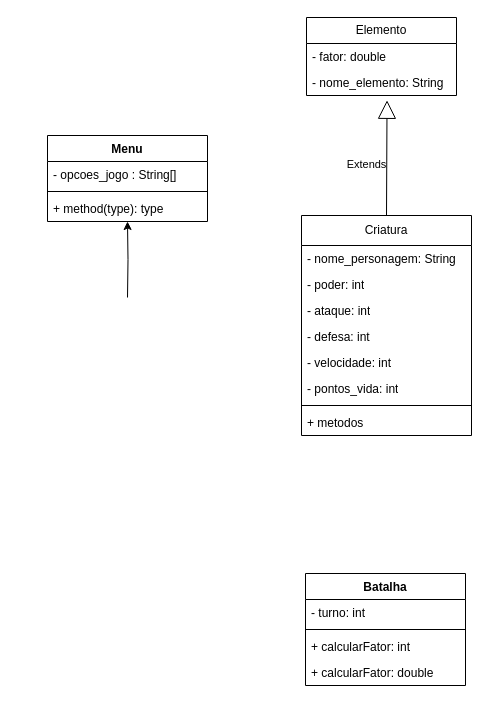
christianlsb/ElementOOPs keeps this draw.io diagram as page "Global" (1 of 7) of Diagramas/elementoops.drawio.xml. Above is the earlier version. Source tidied: cells renumbered, new cells numbered last; positions are measured from the earlier drawing's top-left corner, leaving out a move shared by most shapes. Both pictures are drawn from the tidied source at 100%, with x=0, y=0 at pixel (47, 17).
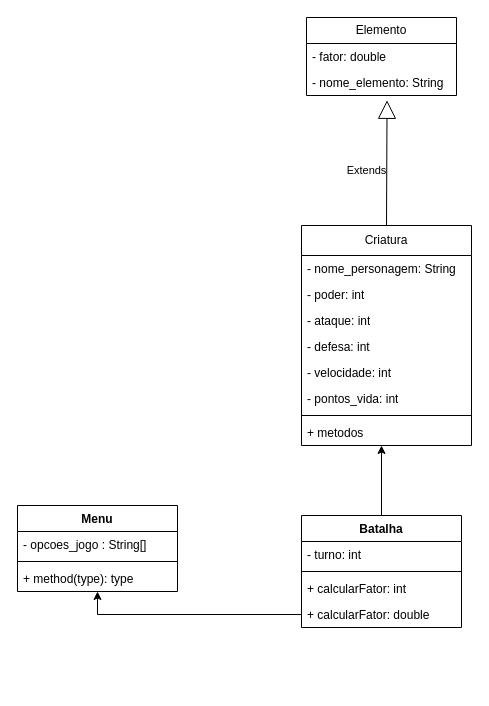
Above is the later version.

Commit message:
Alteracao no diagrama

The change refers to these unchanged cells:
```xml
<mxCell id="22" value="+ calcularFator: double" style="text;strokeColor=none;fillColor=none;align=left;verticalAlign=top;spacingLeft=4;spacingRight=4;overflow=hidden;points=[[0,0.5],[1,0.5]];portConstraint=eastwest;whiteSpace=wrap;html=1;" parent="18" vertex="1">
  <mxGeometry y="86" width="160" height="26" as="geometry" />
</mxCell>
```

What changed in the source:
```diff
@@
     <mxCell id="2" value="Menu" style="swimlane;fontStyle=1;align=center;verticalAlign=top;horizontal=1;startSize=26;whiteSpace=wrap;html=1;" parent="1" vertex="1">
-      <mxGeometry y="118" width="160" height="86" as="geometry" />
+      <mxGeometry x="-30" y="488" width="160" height="86" as="geometry" />
     </mxCell>
@@
     <mxCell id="6" value="Criatura" style="swimlane;fontStyle=0;horizontal=1;startSize=30;fillColor=none;whiteSpace=wrap;html=1;" parent="1" vertex="1">
-      <mxGeometry x="254" y="198" width="170" height="220" as="geometry" />
+      <mxGeometry x="254" y="208" width="170" height="220" as="geometry" />
     </mxCell>
@@
     <mxCell id="18" value="Batalha" style="swimlane;fontStyle=1;align=center;verticalAlign=top;horizontal=1;startSize=26;whiteSpace=wrap;html=1;" parent="1" vertex="1">
-      <mxGeometry x="258" y="556" width="160" height="112" as="geometry" />
+      <mxGeometry x="254" y="498" width="160" height="112" as="geometry" />
     </mxCell>
@@
-    <mxCell id="24" style="edgeStyle=orthogonalEdgeStyle;rounded=0;jettySize=auto;html=1;entryX=0.5;entryY=1;entryDx=0;entryDy=0;" parent="1" edge="1" target="2">
-      <mxGeometry relative="1" as="geometry">
-        <mxPoint x="80" y="280" as="sourcePoint" />
-      </mxGeometry>
+    <mxCell id="24" style="edgeStyle=orthogonalEdgeStyle;rounded=0;jettySize=auto;html=1;entryX=0.5;entryY=1;entryDx=0;entryDy=0;" parent="1" edge="1" source="22" target="2">
+      <mxGeometry relative="1" as="geometry" />
     </mxCell>
+    <mxCell id="25" style="edgeStyle=orthogonalEdgeStyle;rounded=0;jettySize=auto;html=1;" parent="1" edge="1" source="18">
+      <mxGeometry relative="1" as="geometry">
+        <mxPoint x="334" y="428" as="targetPoint" />
+      </mxGeometry>
+    </mxCell>
```
